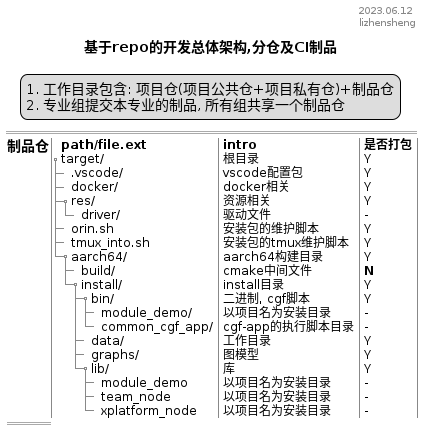
Before: scripts/doc/arch-ci.png, a diagram exported from PlantUML (meghdeepj/nv_driveworks_demo).
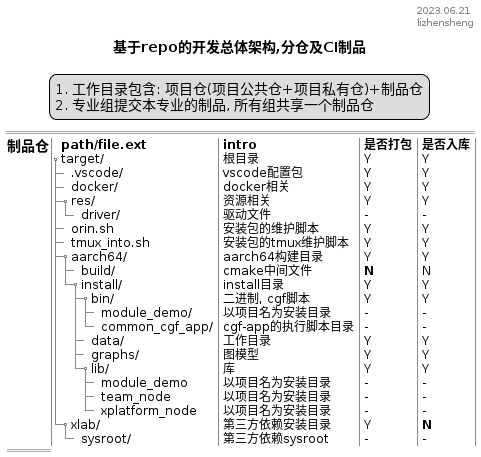
The same file after the commit.

Change to the diagram source:
```diff
@@ -18,12 +18,16 @@
 ' ++ launch.json           | 调试配置     | -
 ' ++ setting.json          | 配置         | -
 ' ++ tasks.json            | 快捷操作     | -
-' + 3rdparty/          | 交叉编译三方库    | commons/3rdparty.git
-' ++ linux-aarch64/    | driveos要求       | -
-' ++ src/              | 源代码            | -
-' +++ glfw/            | 第三方库源码      | -
-' ++++ CMakeLists.txt | - | -
+' + 3rdparty/          | 交叉编译三方库    | -
+' ++ vibrante          | driveos第三方库   | engineering/vibrante.git
+' +++ linux-aarch64/    | driveos要求       | -
+' +++ src/              | 源代码            | -
+' ++++ glfw/            | 第三方库源码      | -
+' +++++ CMakeLists.txt | - | -
+' ++ protobuf/         | 项目第三方依赖     | -
 ' + cmake/             | cmake配置         | commons/cmake.git
+' ++ FindCUDA/         | - | -
+' ++ Gw3rdparty.cmake  | 第三方库cmake配置  | -
 ' ++ Toolchain-V5L.cmake | 交叉编译配置入口 | -
 ' + doc/               | 文档              | -
 ' + docker/            | docker脚本        | commons/docker.git
@@ -72,37 +76,44 @@
 ' +++++ channel/        | - | -
 ' ' 项目私有
 ' ++ xplatform/        | 工程组dw工程仓    | -
-' +++ ga_camera/       | 基于senyun的sensor库 | engineering/ga_camera.git
 ' +++ xplatform_node/       | 工程组cgf节点      | engineering/xplatform_node.git
+' +++ xplatform_ssm/        | cgf ssm 状态机     | engineering/xplatform_ssm.git
 ' ' demo项目
 ' ++ team_demo/        | 示例仓           | -
 ' +++ module_demo/     | 示例算法库        | commons/module_demo.git
 ' +++ team_node/        | 示例cgf_nodes    | commons/team_node.git
+' ' platform
+' + frameworks/           | ga platform api   | engineering/frameworks.git
+' ++ camera/           | sensor库         | engineering/camera.git
+' ' artifacts
+' + target/            | ci制品仓          | commons/target.git
 ' }
 ' ..
 == 制品仓 |
 {T!
-+ **path/file.ext**            | **intro**          | **是否打包**
-+ target/           | 根目录        | Y
-++ .vscode/         | vscode配置包  | Y
-++ docker/          | docker相关    | Y
-++ res/             | 资源相关       | Y
-+++ driver/         | 驱动文件       | -
-++ orin.sh            | 安装包的维护脚本        | Y
-++ tmux_into.sh       | 安装包的tmux维护脚本    | Y
++ **path/file.ext**            | **intro**          | **是否打包** | **是否入库**
++ target/           | 根目录        | Y | Y
+++ .vscode/         | vscode配置包  | Y | Y
+++ docker/          | docker相关    | Y | Y
+++ res/             | 资源相关       | Y | Y
++++ driver/         | 驱动文件       | - | -
+++ orin.sh            | 安装包的维护脚本        | Y | Y
+++ tmux_into.sh       | 安装包的tmux维护脚本    | Y | Y
 ' 项目
-++ aarch64/         | aarch64构建目录 | Y
-+++ build/          | cmake中间文件 | **N**
-+++ install/        | install目录   | Y
-++++ bin/           | 二进制, cgf脚本 | Y
-+++++ module_demo/  | 以项目名为安装目录 | -
-+++++ common_cgf_app/  | cgf-app的执行脚本目录 | -
-++++ data/          | 工作目录       | Y
-++++ graphs/        | 图模型           | Y
-++++ lib/           | 库                | Y
-+++++ module_demo   | 以项目名为安装目录 | -
-+++++ team_node   | 以项目名为安装目录 | -
-+++++ xplatform_node   | 以项目名为安装目录 | -
+++ aarch64/         | aarch64构建目录 | Y       | Y
++++ build/          | cmake中间文件 | **N**     | N
++++ install/        | install目录   | Y         | Y
+++++ bin/           | 二进制, cgf脚本 | Y  | Y
++++++ module_demo/  | 以项目名为安装目录 | -  | -
++++++ common_cgf_app/  | cgf-app的执行脚本目录 | - | -
+++++ data/          | 工作目录       | Y | Y
+++++ graphs/        | 图模型           | Y | Y
+++++ lib/           | 库                | Y | Y
++++++ module_demo   | 以项目名为安装目录 | - | -
++++++ team_node   | 以项目名为安装目录 | - | -
++++++ xplatform_node   | 以项目名为安装目录 | - | -
+++ xlab/               | 第三方依赖安装目录 | Y | **N**
++++ sysroot/           | 第三方依赖sysroot  | - | -
 }
 
 ==
```
